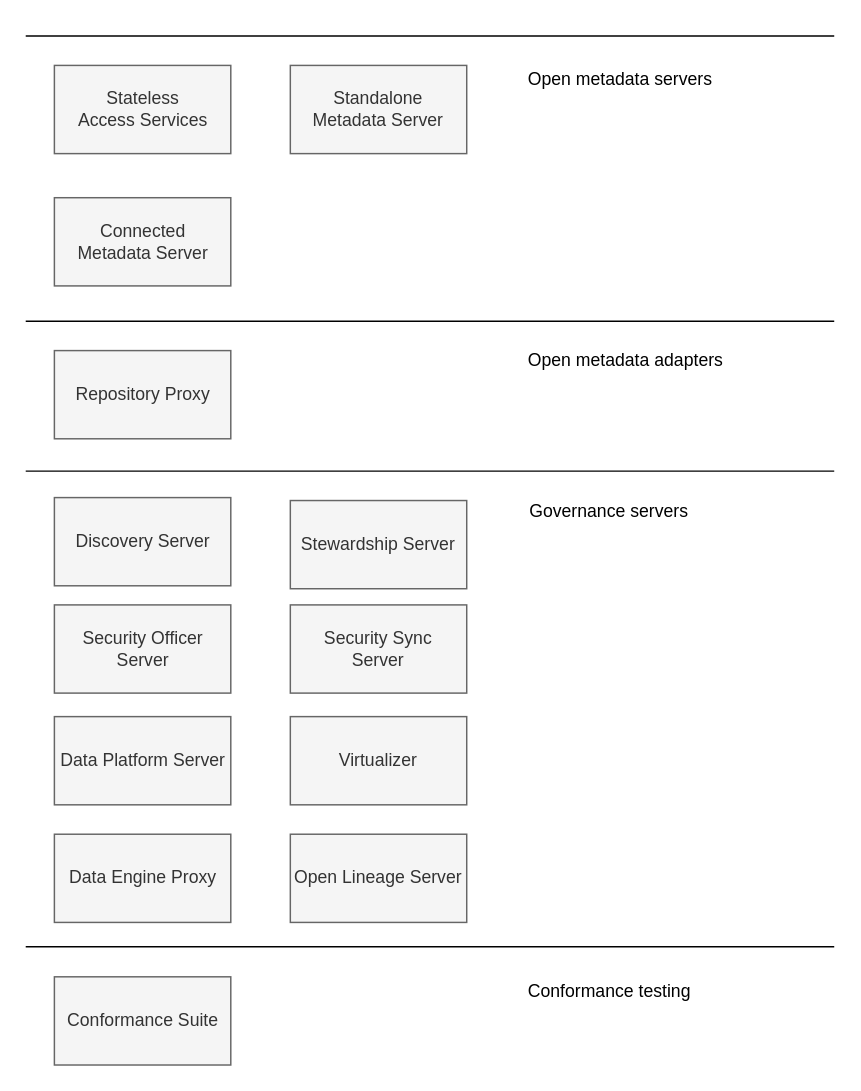
This is page "server-personalities" (2 of 13) of open-metadata-implementation/admin-services/docs/egeria-operations.drawio from planetf1/egeria, a draw.io file, before an edit. Source tidied: cells renumbered, new cells numbered last; positions are measured from the earlier drawing's top-left corner, leaving out a move shared by most shapes. Both pictures are drawn from the tidied source at 147%, with x=0, y=0 at pixel (25, 35).
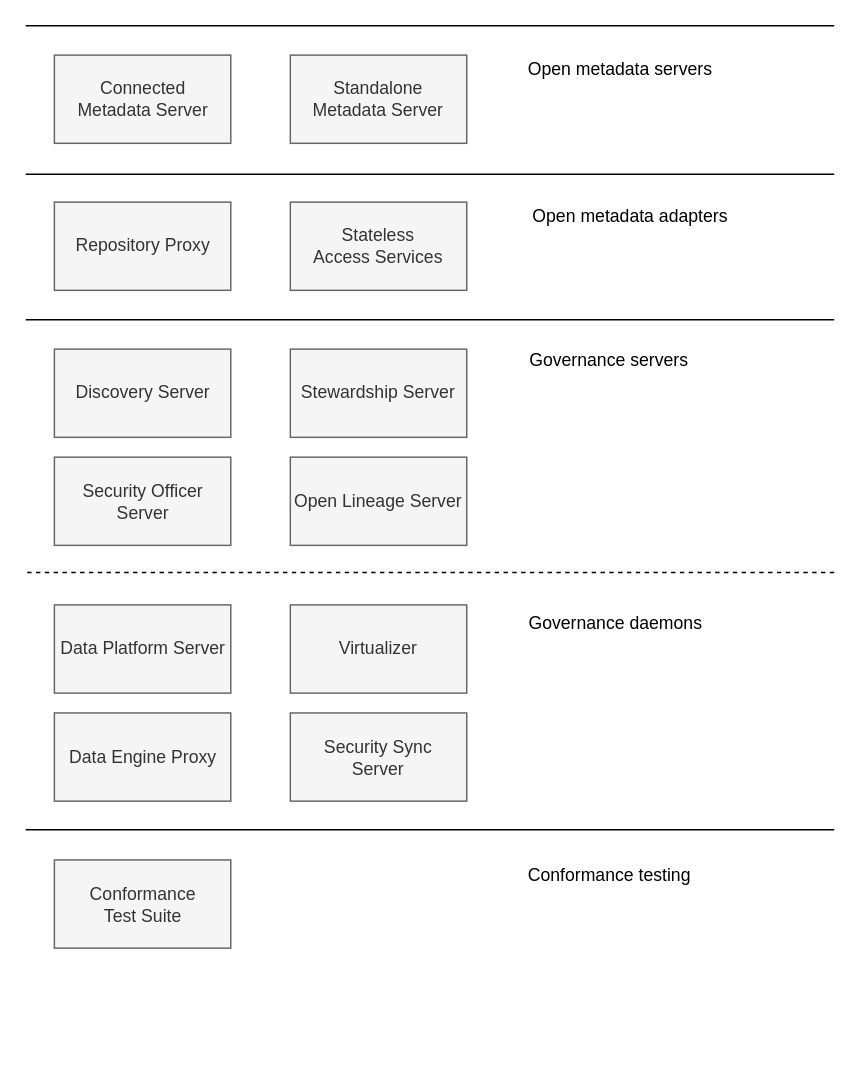
Above is the later version.

Change to the diagram source:
```diff
@@
     <mxCell id="2" value="Stateless&lt;br&gt;Access Services&lt;br&gt;" style="rounded=0;whiteSpace=wrap;html=1;fillColor=#f5f5f5;strokeColor=#666666;fontColor=#333333;" parent="1" vertex="1">
-      <mxGeometry x="19.5" y="20" width="120" height="60" as="geometry" />
+      <mxGeometry x="180" y="113" width="120" height="60" as="geometry" />
     </mxCell>
     <mxCell id="3" value="Virtualizer" style="rounded=0;whiteSpace=wrap;html=1;fillColor=#f5f5f5;strokeColor=#666666;fontColor=#333333;" parent="1" vertex="1">
-      <mxGeometry x="180" y="463" width="120" height="60" as="geometry" />
+      <mxGeometry x="180" y="387" width="120" height="60" as="geometry" />
     </mxCell>
     <mxCell id="4" value="Security Sync&lt;br&gt;Server&lt;br&gt;" style="rounded=0;whiteSpace=wrap;html=1;fillColor=#f5f5f5;strokeColor=#666666;fontColor=#333333;" parent="1" vertex="1">
-      <mxGeometry x="180" y="387" width="120" height="60" as="geometry" />
+      <mxGeometry x="180" y="460.5" width="120" height="60" as="geometry" />
     </mxCell>
     <mxCell id="5" value="Discovery Server&lt;br&gt;" style="rounded=0;whiteSpace=wrap;html=1;fillColor=#f5f5f5;strokeColor=#666666;fontColor=#333333;" parent="1" vertex="1">
-      <mxGeometry x="19.5" y="314" width="120" height="60" as="geometry" />
+      <mxGeometry x="19.5" y="213" width="120" height="60" as="geometry" />
     </mxCell>
     <mxCell id="6" value="Stewardship Server&lt;br&gt;" style="rounded=0;whiteSpace=wrap;html=1;fillColor=#f5f5f5;strokeColor=#666666;fontColor=#333333;" parent="1" vertex="1">
-      <mxGeometry x="180" y="316" width="120" height="60" as="geometry" />
+      <mxGeometry x="180" y="213" width="120" height="60" as="geometry" />
     </mxCell>
-    <mxCell id="7" value="Conformance Suite&lt;br&gt;" style="rounded=0;whiteSpace=wrap;html=1;fillColor=#f5f5f5;strokeColor=#666666;fontColor=#333333;" parent="1" vertex="1">
-      <mxGeometry x="19.5" y="640" width="120" height="60" as="geometry" />
+    <mxCell id="7" value="Conformance&lt;br&gt;Test Suite" style="rounded=0;whiteSpace=wrap;html=1;fillColor=#f5f5f5;strokeColor=#666666;fontColor=#333333;" parent="1" vertex="1">
+      <mxGeometry x="19.5" y="560.5" width="120" height="60" as="geometry" />
     </mxCell>
     <mxCell id="8" value="Repository Proxy" style="rounded=0;whiteSpace=wrap;html=1;fillColor=#f5f5f5;strokeColor=#666666;fontColor=#333333;" parent="1" vertex="1">
-      <mxGeometry x="19.5" y="214" width="120" height="60" as="geometry" />
+      <mxGeometry x="19.5" y="113" width="120" height="60" as="geometry" />
     </mxCell>
     <mxCell id="9" value="Standalone&lt;br&gt;Metadata Server" style="rounded=0;whiteSpace=wrap;html=1;fillColor=#f5f5f5;strokeColor=#666666;fontColor=#333333;" parent="1" vertex="1">
-      <mxGeometry x="180" y="20" width="120" height="60" as="geometry" />
+      <mxGeometry x="180" y="13" width="120" height="60" as="geometry" />
     </mxCell>
     <mxCell id="10" value="Connected&lt;br&gt;Metadata Server" style="rounded=0;whiteSpace=wrap;html=1;fillColor=#f5f5f5;strokeColor=#666666;fontColor=#333333;" parent="1" vertex="1">
-      <mxGeometry x="19.5" y="110" width="120" height="60" as="geometry" />
+      <mxGeometry x="19.5" y="13" width="120" height="60" as="geometry" />
     </mxCell>
     <mxCell id="11" value="Open metadata servers" style="text;html=1;align=left;verticalAlign=top;spacingTop=-4;fontSize=12;" parent="1" vertex="1">
-      <mxGeometry x="340" y="20" width="140" height="20" as="geometry" />
+      <mxGeometry x="340" y="13" width="140" height="20" as="geometry" />
     </mxCell>
     <mxCell id="12" value="Governance servers" style="text;html=1;align=left;verticalAlign=top;spacingTop=-4;fontSize=12;" parent="1" vertex="1">
-      <mxGeometry x="340.5" y="314" width="120" height="20" as="geometry" />
+      <mxGeometry x="340.5" y="211" width="120" height="20" as="geometry" />
     </mxCell>
     <mxCell id="13" value="Conformance testing" style="text;html=1;align=left;verticalAlign=top;spacingTop=-4;fontSize=12;" parent="1" vertex="1">
-      <mxGeometry x="340" y="640" width="130" height="20" as="geometry" />
+      <mxGeometry x="340" y="560.5" width="130" height="20" as="geometry" />
     </mxCell>
     <mxCell id="14" style="endArrow=none;html=1;fontSize=12;" parent="1" edge="1">
       <mxGeometry relative="1" as="geometry">
-        <mxPoint x="550" y="296" as="sourcePoint" />
-        <mxPoint y="296" as="targetPoint" />
+        <mxPoint x="550" y="193" as="sourcePoint" />
+        <mxPoint y="193" as="targetPoint" />
       </mxGeometry>
     </mxCell>
     <mxCell id="15" style="endArrow=none;html=1;fontSize=12;" parent="1" edge="1">
       <mxGeometry relative="1" as="geometry">
-        <mxPoint x="550" y="619.5" as="sourcePoint" />
-        <mxPoint y="619.5" as="targetPoint" />
+        <mxPoint x="550" y="540" as="sourcePoint" />
+        <mxPoint y="540" as="targetPoint" />
       </mxGeometry>
     </mxCell>
     <mxCell id="16" style="endArrow=none;html=1;fontSize=12;" parent="1" edge="1">
       <mxGeometry relative="1" as="geometry">
-        <mxPoint x="550" as="sourcePoint" />
-        <mxPoint as="targetPoint" />
+        <mxPoint x="550" y="-7" as="sourcePoint" />
+        <mxPoint y="-7" as="targetPoint" />
       </mxGeometry>
     </mxCell>
-    <mxCell id="17" style="endArrow=none;html=1;fontSize=12;" parent="1" edge="1">
-      <mxGeometry relative="1" as="geometry">
-        <mxPoint x="550" y="194" as="sourcePoint" />
-        <mxPoint y="194" as="targetPoint" />
-      </mxGeometry>
-    </mxCell>
-    <mxCell id="18" value="Open metadata adapters" style="text;html=1;align=left;verticalAlign=top;spacingTop=-4;fontSize=12;" parent="1" vertex="1">
-      <mxGeometry x="340" y="211" width="150" height="20" as="geometry" />
-    </mxCell>
     <mxCell id="19" value="Security Officer Server" style="rounded=0;whiteSpace=wrap;html=1;fillColor=#f5f5f5;strokeColor=#666666;fontColor=#333333;" parent="1" vertex="1">
-      <mxGeometry x="19.5" y="387" width="120" height="60" as="geometry" />
+      <mxGeometry x="19.5" y="286.5" width="120" height="60" as="geometry" />
     </mxCell>
     <mxCell id="20" value="Data Engine Proxy" style="rounded=0;whiteSpace=wrap;html=1;fillColor=#f5f5f5;strokeColor=#666666;fontColor=#333333;" parent="1" vertex="1">
-      <mxGeometry x="19.5" y="543" width="120" height="60" as="geometry" />
+      <mxGeometry x="19.5" y="460.5" width="120" height="60" as="geometry" />
     </mxCell>
     <mxCell id="21" value="Data Platform Server" style="rounded=0;whiteSpace=wrap;html=1;fillColor=#f5f5f5;strokeColor=#666666;fontColor=#333333;" parent="1" vertex="1">
-      <mxGeometry x="19.5" y="463" width="120" height="60" as="geometry" />
+      <mxGeometry x="19.5" y="387" width="120" height="60" as="geometry" />
     </mxCell>
     <mxCell id="22" value="Open Lineage Server" style="rounded=0;whiteSpace=wrap;html=1;fillColor=#f5f5f5;strokeColor=#666666;fontColor=#333333;" parent="1" vertex="1">
-      <mxGeometry x="180" y="543" width="120" height="60" as="geometry" />
+      <mxGeometry x="180" y="286.5" width="120" height="60" as="geometry" />
     </mxCell>
+    <mxCell id="23" style="endArrow=none;html=1;fontSize=12;dashed=1;" parent="1" edge="1">
+      <mxGeometry relative="1" as="geometry">
+        <mxPoint x="550" y="365" as="sourcePoint" />
+        <mxPoint y="365" as="targetPoint" />
+      </mxGeometry>
+    </mxCell>
+    <mxCell id="24" value="Governance daemons" style="text;html=1;align=center;verticalAlign=middle;" parent="1" vertex="1">
+      <mxGeometry x="335.5" y="390" width="130" height="20" as="geometry" />
+    </mxCell>
+    <mxCell id="25" style="endArrow=none;html=1;fontSize=12;" parent="1" edge="1">
+      <mxGeometry relative="1" as="geometry">
+        <mxPoint x="550" y="94" as="sourcePoint" />
+        <mxPoint y="94" as="targetPoint" />
+      </mxGeometry>
+    </mxCell>
+    <mxCell id="18" value="Open metadata adapters" style="text;html=1;align=center;verticalAlign=middle;" parent="1" vertex="1">
+      <mxGeometry x="335.5" y="113" width="150" height="20" as="geometry" />
+    </mxCell>
```
